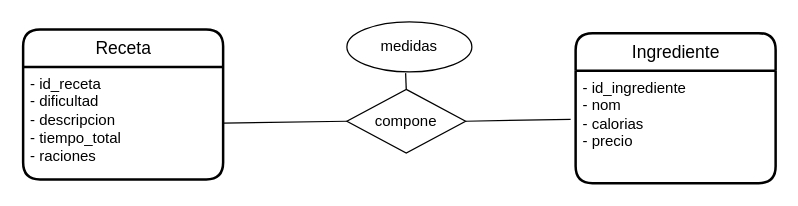
Earlier version of the draw.io diagram ex9.drawio (JuanMarinG/TA12_MYSQL). Source tidied: cells renumbered, new cells numbered last; positions are measured from the earlier drawing's top-left corner, leaving out a move shared by most shapes. Both pictures are drawn from the tidied source at 125%, with x=0, y=0 at pixel (22, 21).
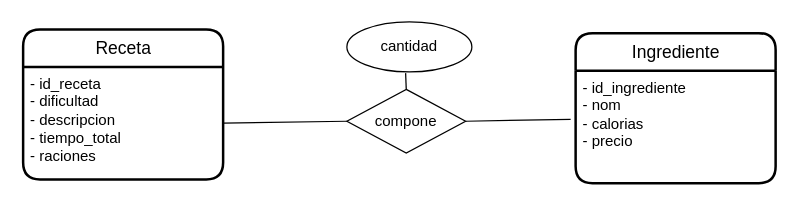
Above is the later version.

Diff of the diagram source:
```diff
@@
 <mxGraphModel>
   <root>
     <mxCell id="0" />
     <mxCell id="1" parent="0" />
     <mxCell id="2" value="Receta" style="swimlane;horizontal=1;startSize=30;rounded=1;fontSize=14;fontStyle=0;strokeWidth=2;shadow=0;dashed=0;align=center;html=1;" parent="1" vertex="1">
       <mxGeometry y="6" width="160" height="120" as="geometry" />
     </mxCell>
     <mxCell id="3" value="&lt;div&gt;- id_receta&lt;/div&gt;&lt;div&gt;- dificultad&lt;/div&gt;&lt;div&gt;- descripcion&lt;/div&gt;&lt;div&gt;- tiempo_total&lt;/div&gt;&lt;div&gt;- raciones&lt;br&gt;&lt;/div&gt;" style="align=left;strokeColor=none;fillColor=none;spacingLeft=4;fontSize=12;verticalAlign=top;html=1;" parent="2" vertex="1">
       <mxGeometry y="30" width="160" height="90" as="geometry" />
     </mxCell>
     <mxCell id="4" value="Ingrediente" style="swimlane;horizontal=1;startSize=30;rounded=1;fontSize=14;fontStyle=0;strokeWidth=2;shadow=0;dashed=0;align=center;html=1;" parent="1" vertex="1">
       <mxGeometry x="442" y="9" width="160" height="120" as="geometry" />
     </mxCell>
     <mxCell id="5" value="&lt;div&gt;- id_ingrediente&lt;/div&gt;&lt;div&gt;- nom&lt;br&gt;&lt;/div&gt;&lt;div&gt;- calorias&lt;br&gt;&lt;/div&gt;&lt;div&gt;- precio&lt;br&gt;&lt;/div&gt;" style="align=left;strokeColor=none;fillColor=none;spacingLeft=4;fontSize=12;verticalAlign=top;html=1;" parent="4" vertex="1">
       <mxGeometry y="30" width="160" height="90" as="geometry" />
     </mxCell>
     <mxCell id="6" style="endArrow=none;html=1;rounded=0;fontSize=12;entryX=-0.025;entryY=0.433;entryDx=0;entryDy=0;entryPerimeter=0;exitX=1;exitY=0.5;exitDx=0;exitDy=0;startArrow=none;" parent="1" edge="1" source="9" target="5">
       <mxGeometry relative="1" as="geometry" />
     </mxCell>
     <mxCell id="7" style="endArrow=none;html=1;rounded=0;fontSize=12;exitX=0.5;exitY=0;exitDx=0;exitDy=0;" parent="1" edge="1" source="9">
       <mxGeometry relative="1" as="geometry">
         <mxPoint x="306" y="41" as="targetPoint" />
       </mxGeometry>
     </mxCell>
-    <mxCell id="8" value="medidas" style="ellipse;whiteSpace=wrap;html=1;align=center;fontSize=12;" parent="1" vertex="1">
+    <mxCell id="8" value="cantidad" style="ellipse;whiteSpace=wrap;html=1;align=center;fontSize=12;" parent="1" vertex="1">
       <mxGeometry x="259" width="100" height="40" as="geometry" />
     </mxCell>
     <mxCell id="9" value="compone" style="shape=rhombus;perimeter=rhombusPerimeter;whiteSpace=wrap;html=1;align=center;fontSize=12;" parent="1" vertex="1">
       <mxGeometry x="259" y="54" width="95" height="51" as="geometry" />
     </mxCell>
     <mxCell id="10" style="endArrow=none;html=1;rounded=0;fontSize=12;exitX=1;exitY=0.5;exitDx=0;exitDy=0;entryX=0;entryY=0.5;entryDx=0;entryDy=0;" parent="1" edge="1" source="3" target="9">
       <mxGeometry relative="1" as="geometry" />
     </mxCell>
   </root>
 </mxGraphModel>
```
